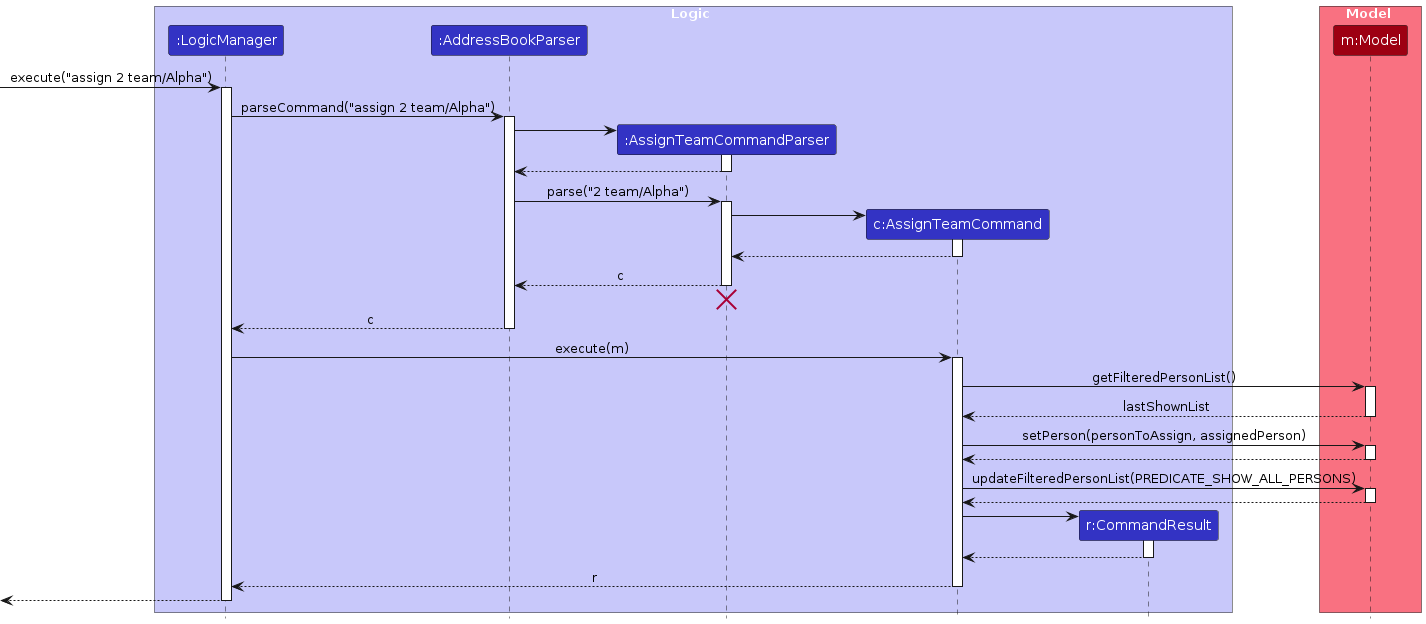
Earlier version of the PlantUML export diagrams/AssignTeamSequenceDiagram.png (Shangda777/tp). Its source is kept beside it as diagrams/AssignTeamSequenceDiagram.puml.
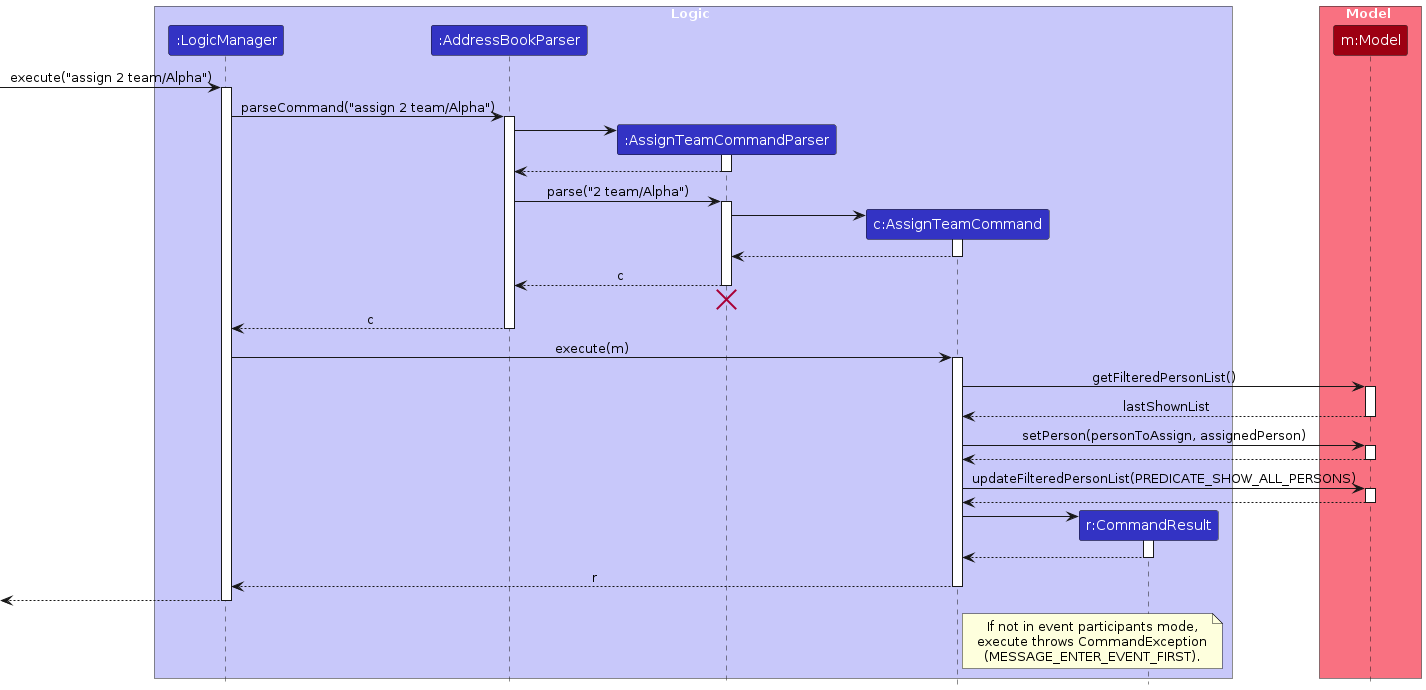
After the commit.

The edit, as a diff of the source:
```diff
@@ -75,4 +75,10 @@
 
 [<--LogicManager
 deactivate LogicManager
+
+note right of AssignTeamCommand
+	If not in event participants mode,
+	execute throws CommandException
+	(MESSAGE_ENTER_EVENT_FIRST).
+end note
 @enduml
```
